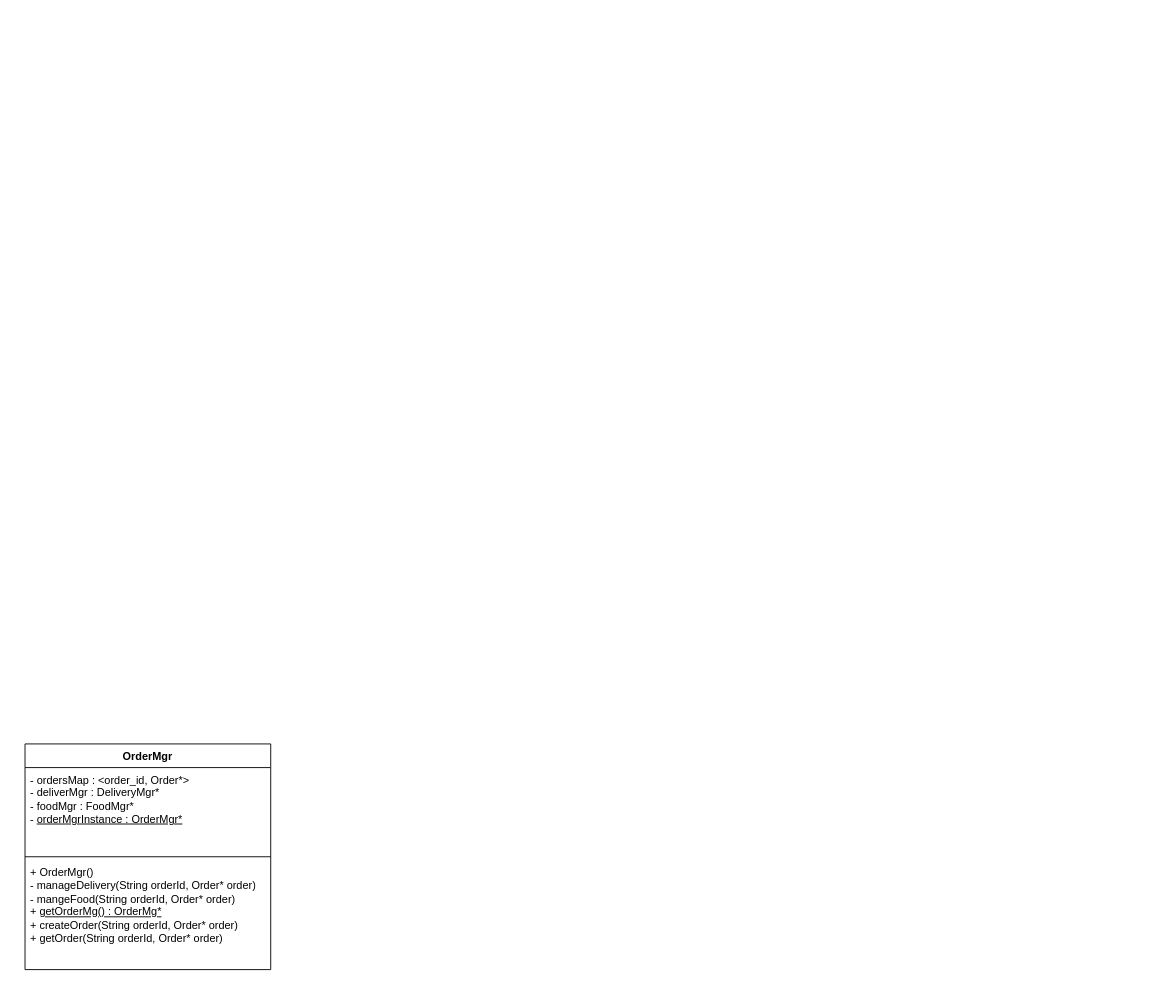
Above: FoodOrder(zomato/swiggy).drawio in Varma2116/system-design (draw.io), before the change. Source tidied: cells renumbered, new cells numbered last; positions are measured from the earlier drawing's top-left corner, leaving out a move shared by most shapes. Both pictures are drawn from the tidied source at 91%, with x=0, y=0 at pixel (25, 743).
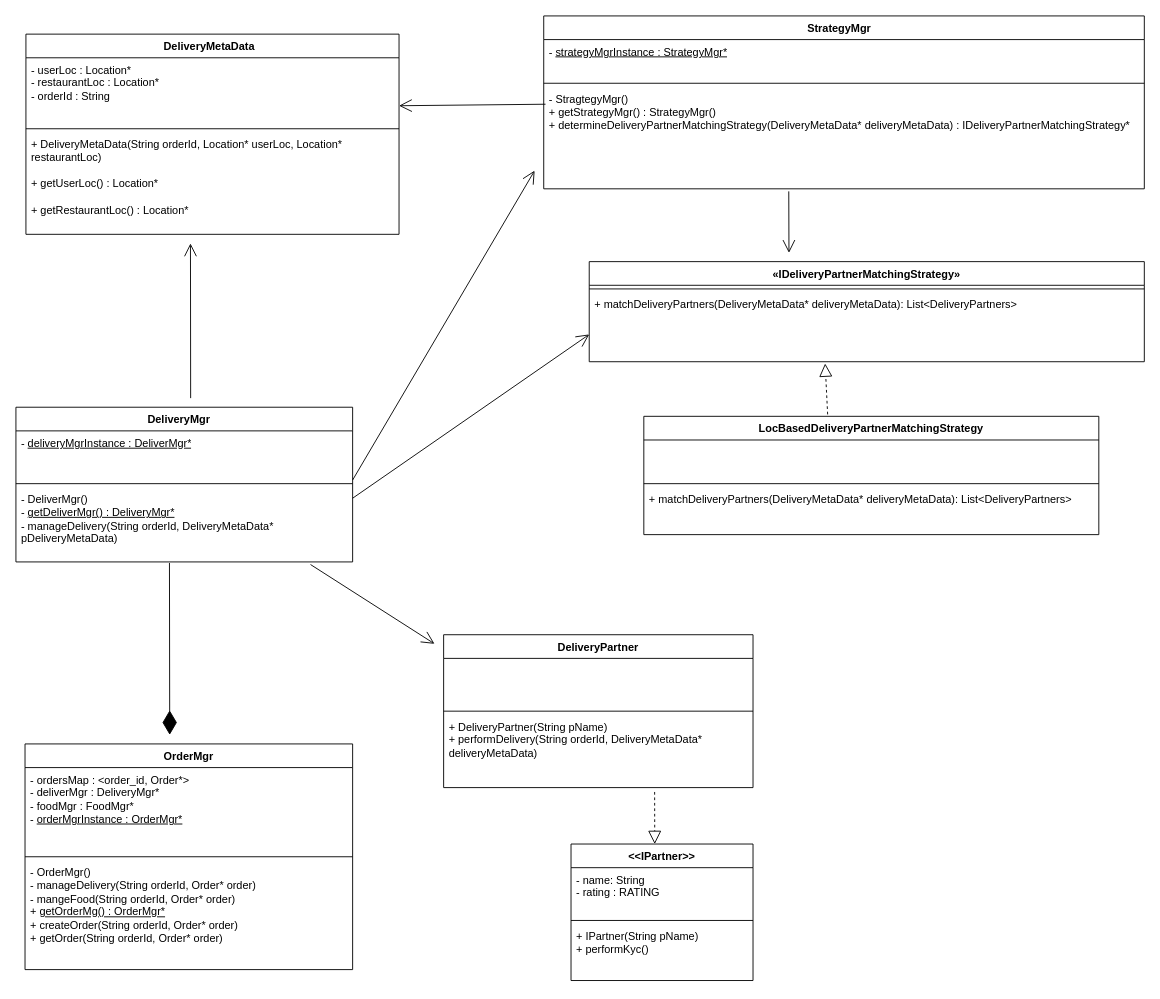
Above is the later version.

What changed in the source:
```diff
@@
     <mxCell id="2" value="OrderMgr&lt;div&gt;&lt;br&gt;&lt;/div&gt;" style="swimlane;fontStyle=1;align=center;verticalAlign=top;horizontal=1;startSize=26;whiteSpace=wrap;html=1;" parent="1" vertex="1">
-      <mxGeometry width="270" height="248" as="geometry" />
+      <mxGeometry width="360" height="248" as="geometry" />
     </mxCell>
     <mxCell id="3" value="- ordersMap : &amp;lt;order_id, Order*&amp;gt;&lt;div&gt;- deliverMgr : DeliveryMgr*&amp;nbsp;&lt;/div&gt;&lt;div&gt;- foodMgr : FoodMgr*&lt;/div&gt;&lt;div&gt;-&amp;nbsp;&lt;span style=&quot;background-color: initial;&quot;&gt;&lt;u&gt;orderMgrInstance : OrderMgr*&lt;/u&gt;&lt;/span&gt;&lt;/div&gt;&lt;div&gt;&lt;br&gt;&lt;/div&gt;" style="text;strokeColor=none;fillColor=none;align=left;verticalAlign=top;spacingLeft=4;spacingRight=4;overflow=hidden;whiteSpace=wrap;html=1;" parent="2" vertex="1">
-      <mxGeometry y="26" width="270" height="94" as="geometry" />
+      <mxGeometry y="26" width="360" height="94" as="geometry" />
     </mxCell>
     <mxCell id="4" style="line;strokeWidth=1;fillColor=none;align=left;verticalAlign=middle;spacingTop=-1;spacingLeft=3;spacingRight=3;labelPosition=right;strokeColor=inherit;" parent="2" vertex="1">
-      <mxGeometry y="120" width="270" height="8" as="geometry" />
+      <mxGeometry y="120" width="360" height="8" as="geometry" />
     </mxCell>
-    <mxCell id="5" value="+ OrderMgr()&lt;div&gt;- manageDelivery(String orderId, Order* order)&lt;/div&gt;&lt;div&gt;- mangeFood(String orderId, Order* order)&lt;/div&gt;&lt;div&gt;+ &lt;u&gt;getOrderMg() : OrderMg*&lt;/u&gt;&lt;/div&gt;&lt;div&gt;+ createOrder(String orderId, Order* order)&lt;/div&gt;&lt;div&gt;+ getOrder(String orderId, Order* order)&amp;nbsp;&lt;/div&gt;" style="text;strokeColor=none;fillColor=none;align=left;verticalAlign=top;spacingLeft=4;spacingRight=4;overflow=hidden;whiteSpace=wrap;html=1;" parent="2" vertex="1">
-      <mxGeometry y="128" width="270" height="120" as="geometry" />
+    <mxCell id="5" value="- OrderMgr()&lt;div&gt;- manageDelivery(String orderId, Order* order)&lt;/div&gt;&lt;div&gt;- mangeFood(String orderId, Order* order)&lt;/div&gt;&lt;div&gt;+ &lt;u&gt;getOrderMg() : OrderMgr*&lt;/u&gt;&lt;/div&gt;&lt;div&gt;+ createOrder(String orderId, Order* order)&lt;/div&gt;&lt;div&gt;+ getOrder(String orderId, Order* order)&amp;nbsp;&lt;/div&gt;" style="text;strokeColor=none;fillColor=none;align=left;verticalAlign=top;spacingLeft=4;spacingRight=4;overflow=hidden;whiteSpace=wrap;html=1;" parent="2" vertex="1">
+      <mxGeometry y="128" width="360" height="120" as="geometry" />
     </mxCell>
+    <mxCell id="6" value="DeliveryMgr&lt;span style=&quot;white-space: pre;&quot;&gt;&#9;&lt;/span&gt;" style="swimlane;fontStyle=1;align=center;verticalAlign=top;horizontal=1;startSize=26;whiteSpace=wrap;html=1;" parent="1" vertex="1">
+      <mxGeometry x="-10" y="-370" width="370" height="170" as="geometry" />
+    </mxCell>
+    <mxCell id="7" value="- &lt;u&gt;deliveryMgrInstance : DeliverMgr*&lt;/u&gt;&lt;div&gt;&lt;br&gt;&lt;/div&gt;" style="text;strokeColor=none;fillColor=none;align=left;verticalAlign=top;spacingLeft=4;spacingRight=4;overflow=hidden;whiteSpace=wrap;html=1;" parent="6" vertex="1">
+      <mxGeometry y="26" width="370" height="54" as="geometry" />
+    </mxCell>
+    <mxCell id="8" style="line;strokeWidth=1;fillColor=none;align=left;verticalAlign=middle;spacingTop=-1;spacingLeft=3;spacingRight=3;labelPosition=right;strokeColor=inherit;" parent="6" vertex="1">
+      <mxGeometry y="80" width="370" height="8" as="geometry" />
+    </mxCell>
+    <mxCell id="9" value="- DeliverMgr()&lt;div&gt;- &lt;u&gt;getDeliverMgr() : DeliveryMgr*&lt;/u&gt;&lt;/div&gt;&lt;div&gt;- manageDelivery(String orderId, DeliveryMetaData* pDeliveryMetaData)&lt;/div&gt;" style="text;strokeColor=none;fillColor=none;align=left;verticalAlign=top;spacingLeft=4;spacingRight=4;overflow=hidden;points=[[0,0.5],[1,0.5]];portConstraint=eastwest;whiteSpace=wrap;html=1;" parent="6" vertex="1">
+      <mxGeometry y="88" width="370" height="82" as="geometry" />
+    </mxCell>
+    <mxCell id="10" value="DeliveryMetaData&lt;span style=&quot;white-space: pre;&quot;&gt;&#9;&lt;/span&gt;" style="swimlane;fontStyle=1;align=center;verticalAlign=top;horizontal=1;startSize=26;whiteSpace=wrap;html=1;" parent="1" vertex="1">
+      <mxGeometry x="1" y="-780" width="410" height="220" as="geometry" />
+    </mxCell>
+    <mxCell id="11" value="- userLoc : Location*&lt;div&gt;- restaurantLoc : Location*&lt;/div&gt;&lt;div&gt;- orderId : String&lt;/div&gt;" style="text;strokeColor=none;fillColor=none;align=left;verticalAlign=top;spacingLeft=4;spacingRight=4;overflow=hidden;points=[[0,0.5],[1,0.5]];portConstraint=eastwest;whiteSpace=wrap;html=1;" parent="10" vertex="1">
+      <mxGeometry y="26" width="410" height="74" as="geometry" />
+    </mxCell>
+    <mxCell id="12" style="line;strokeWidth=1;fillColor=none;align=left;verticalAlign=middle;spacingTop=-1;spacingLeft=3;spacingRight=3;labelPosition=right;strokeColor=inherit;" parent="10" vertex="1">
+      <mxGeometry y="100" width="410" height="8" as="geometry" />
+    </mxCell>
+    <mxCell id="13" value="+ DeliveryMetaData(String orderId, Location* userLoc, Location* restaurantLoc)&lt;div&gt;&lt;br&gt;&lt;/div&gt;&lt;div&gt;+ getUserLoc() : Location*&lt;/div&gt;&lt;div&gt;&lt;br&gt;&lt;/div&gt;&lt;div&gt;+ getRestaurantLoc() : Location*&lt;/div&gt;" style="text;strokeColor=none;fillColor=none;align=left;verticalAlign=top;spacingLeft=4;spacingRight=4;overflow=hidden;whiteSpace=wrap;html=1;" parent="10" vertex="1">
+      <mxGeometry y="108" width="410" height="112" as="geometry" />
+    </mxCell>
+    <mxCell id="14" style="endArrow=open;endFill=1;endSize=12;html=1;rounded=0;entryX=0.494;entryY=1.04;entryDx=0;entryDy=0;entryPerimeter=0;" parent="1" edge="1">
+      <mxGeometry relative="1" as="geometry">
+        <mxPoint x="182" y="-380" as="sourcePoint" />
+        <mxPoint x="181.8" y="-550" as="targetPoint" />
+      </mxGeometry>
+    </mxCell>
+    <mxCell id="15" value="StrategyMgr&lt;span style=&quot;white-space: pre;&quot;&gt;&#9;&lt;/span&gt;" style="swimlane;fontStyle=1;align=center;verticalAlign=top;horizontal=1;startSize=26;whiteSpace=wrap;html=1;" parent="1" vertex="1">
+      <mxGeometry x="570" y="-800" width="660" height="190" as="geometry" />
+    </mxCell>
+    <mxCell id="16" value="- &lt;u&gt;strategyMgrInstance : StrategyMgr*&lt;/u&gt;" style="text;strokeColor=none;fillColor=none;align=left;verticalAlign=top;spacingLeft=4;spacingRight=4;overflow=hidden;whiteSpace=wrap;html=1;" parent="15" vertex="1">
+      <mxGeometry y="26" width="660" height="44" as="geometry" />
+    </mxCell>
+    <mxCell id="17" style="line;strokeWidth=1;fillColor=none;align=left;verticalAlign=middle;spacingTop=-1;spacingLeft=3;spacingRight=3;labelPosition=right;strokeColor=inherit;" parent="15" vertex="1">
+      <mxGeometry y="70" width="660" height="8" as="geometry" />
+    </mxCell>
+    <mxCell id="18" value="- StragtegyMgr()&lt;div&gt;+ getStrategyMgr() : StrategyMgr()&lt;/div&gt;&lt;div&gt;+ determineDeliveryPartnerMatchingStrategy(DeliveryMetaData* deliveryMetaData) : IDeliveryPartnerMatchingStrategy*&lt;/div&gt;" style="text;strokeColor=none;fillColor=none;align=left;verticalAlign=top;spacingLeft=4;spacingRight=4;overflow=hidden;points=[[0,0.5],[1,0.5]];portConstraint=eastwest;whiteSpace=wrap;html=1;" parent="15" vertex="1">
+      <mxGeometry y="78" width="660" height="112" as="geometry" />
+    </mxCell>
+    <mxCell id="19" style="endArrow=open;endFill=1;endSize=12;html=1;rounded=0;entryX=1;entryY=0.712;entryDx=0;entryDy=0;entryPerimeter=0;exitX=0.003;exitY=0.17;exitDx=0;exitDy=0;exitPerimeter=0;" parent="1" edge="1" source="18" target="11">
+      <mxGeometry relative="1" as="geometry" />
+    </mxCell>
+    <mxCell id="20" style="endArrow=open;endFill=1;endSize=12;html=1;rounded=0;exitX=0.408;exitY=1.025;exitDx=0;exitDy=0;exitPerimeter=0;entryX=0.453;entryY=0.007;entryDx=0;entryDy=0;entryPerimeter=0;" parent="1" edge="1" source="18">
+      <mxGeometry relative="1" as="geometry">
+        <mxPoint x="839.5" y="-539.6" as="targetPoint" />
+      </mxGeometry>
+    </mxCell>
+    <mxCell id="21" style="endArrow=open;endFill=1;endSize=12;html=1;rounded=0;" parent="1" edge="1">
+      <mxGeometry relative="1" as="geometry">
+        <mxPoint x="360" y="-290" as="sourcePoint" />
+        <mxPoint x="560" y="-630" as="targetPoint" />
+      </mxGeometry>
+    </mxCell>
+    <mxCell id="22" style="endArrow=open;endFill=1;endSize=12;html=1;rounded=0;" parent="1" edge="1">
+      <mxGeometry relative="1" as="geometry">
+        <mxPoint x="360" y="-270" as="sourcePoint" />
+        <mxPoint x="620" y="-450" as="targetPoint" />
+      </mxGeometry>
+    </mxCell>
+    <mxCell id="23" value="LocBasedDeliveryPartnerMatchingStrategy" style="swimlane;fontStyle=1;align=center;verticalAlign=top;horizontal=1;startSize=26;whiteSpace=wrap;html=1;" parent="1" vertex="1">
+      <mxGeometry x="680" y="-360" width="500" height="130" as="geometry" />
+    </mxCell>
+    <mxCell id="24" value="&lt;div&gt;&lt;br&gt;&lt;/div&gt;" style="text;strokeColor=none;fillColor=none;align=left;verticalAlign=top;spacingLeft=4;spacingRight=4;overflow=hidden;whiteSpace=wrap;html=1;" parent="23" vertex="1">
+      <mxGeometry y="26" width="500" height="44" as="geometry" />
+    </mxCell>
+    <mxCell id="25" style="line;strokeWidth=1;fillColor=none;align=left;verticalAlign=middle;spacingTop=-1;spacingLeft=3;spacingRight=3;labelPosition=right;strokeColor=inherit;" parent="23" vertex="1">
+      <mxGeometry y="70" width="500" height="8" as="geometry" />
+    </mxCell>
+    <mxCell id="26" value="+ matchDeliveryPartners(DeliveryMetaData* deliveryMetaData): List&amp;lt;DeliveryPartners&amp;gt;" style="text;strokeColor=none;fillColor=none;align=left;verticalAlign=top;spacingLeft=4;spacingRight=4;overflow=hidden;whiteSpace=wrap;html=1;" parent="23" vertex="1">
+      <mxGeometry y="78" width="500" height="52" as="geometry" />
+    </mxCell>
+    <mxCell id="27" value="«IDeliveryPartnerMatchingStrategy»&lt;div&gt;&lt;br style=&quot;font-weight: 400;&quot;&gt;&lt;/div&gt;" style="swimlane;fontStyle=1;align=center;verticalAlign=top;horizontal=1;startSize=26;whiteSpace=wrap;html=1;" parent="1" vertex="1">
+      <mxGeometry x="620" y="-530" width="610" height="110" as="geometry" />
+    </mxCell>
+    <mxCell id="28" style="line;strokeWidth=1;fillColor=none;align=left;verticalAlign=middle;spacingTop=-1;spacingLeft=3;spacingRight=3;labelPosition=right;strokeColor=inherit;" parent="27" vertex="1">
+      <mxGeometry y="26" width="610" height="8" as="geometry" />
+    </mxCell>
+    <mxCell id="29" value="+ matchDeliveryPartners(DeliveryMetaData* deliveryMetaData): List&amp;lt;DeliveryPartners&amp;gt;" style="text;strokeColor=none;fillColor=none;align=left;verticalAlign=top;spacingLeft=4;spacingRight=4;overflow=hidden;points=[[0,0.5],[1,0.5]];portConstraint=eastwest;whiteSpace=wrap;html=1;" parent="27" vertex="1">
+      <mxGeometry y="34" width="610" height="76" as="geometry" />
+    </mxCell>
+    <mxCell id="30" style="endArrow=block;dashed=1;endFill=0;endSize=12;html=1;rounded=0;exitX=0.404;exitY=-0.016;exitDx=0;exitDy=0;exitPerimeter=0;entryX=0.425;entryY=1.026;entryDx=0;entryDy=0;entryPerimeter=0;" parent="1" edge="1" source="23" target="29">
+      <mxGeometry relative="1" as="geometry" />
+    </mxCell>
+    <mxCell id="31" value="&lt;div&gt;DeliveryPartner&lt;/div&gt;&lt;div&gt;&lt;br&gt;&lt;/div&gt;" style="swimlane;fontStyle=1;align=center;verticalAlign=top;horizontal=1;startSize=26;whiteSpace=wrap;html=1;" parent="1" vertex="1">
+      <mxGeometry x="460" y="-120" width="340" height="168" as="geometry" />
+    </mxCell>
+    <mxCell id="32" value="&lt;div&gt;&lt;br&gt;&lt;/div&gt;" style="text;strokeColor=none;fillColor=none;align=left;verticalAlign=top;spacingLeft=4;spacingRight=4;overflow=hidden;whiteSpace=wrap;html=1;" parent="31" vertex="1">
+      <mxGeometry y="26" width="340" height="54" as="geometry" />
+    </mxCell>
+    <mxCell id="33" style="line;strokeWidth=1;fillColor=none;align=left;verticalAlign=middle;spacingTop=-1;spacingLeft=3;spacingRight=3;labelPosition=right;strokeColor=inherit;" parent="31" vertex="1">
+      <mxGeometry y="80" width="340" height="8" as="geometry" />
+    </mxCell>
+    <mxCell id="34" value="+ DeliveryPartner(String pName)&lt;div&gt;+ performDelivery(String orderId, DeliveryMetaData* deliveryMetaData)&lt;/div&gt;" style="text;strokeColor=none;fillColor=none;align=left;verticalAlign=top;spacingLeft=4;spacingRight=4;overflow=hidden;points=[[0,0.5],[1,0.5]];portConstraint=eastwest;whiteSpace=wrap;html=1;" parent="31" vertex="1">
+      <mxGeometry y="88" width="340" height="80" as="geometry" />
+    </mxCell>
+    <mxCell id="35" style="endArrow=open;endFill=1;endSize=12;html=1;rounded=0;exitX=0.875;exitY=1.035;exitDx=0;exitDy=0;exitPerimeter=0;" parent="1" edge="1" source="9">
+      <mxGeometry relative="1" as="geometry">
+        <mxPoint x="450" y="-110" as="targetPoint" />
+      </mxGeometry>
+    </mxCell>
+    <mxCell id="36" style="endArrow=diamondThin;endFill=1;endSize=24;html=1;rounded=0;exitX=0.456;exitY=1.014;exitDx=0;exitDy=0;exitPerimeter=0;" parent="1" edge="1" source="9">
+      <mxGeometry relative="1" as="geometry">
+        <mxPoint x="159" y="-10" as="targetPoint" />
+      </mxGeometry>
+    </mxCell>
+    <mxCell id="37" value="&amp;lt;&amp;lt;IPartner&amp;gt;&amp;gt;" style="swimlane;fontStyle=1;align=center;verticalAlign=top;horizontal=1;startSize=26;whiteSpace=wrap;html=1;" parent="1" vertex="1">
+      <mxGeometry x="600" y="110" width="200" height="150" as="geometry" />
+    </mxCell>
+    <mxCell id="38" value="- name: String&lt;div&gt;- rating : RATING&lt;/div&gt;" style="text;strokeColor=none;fillColor=none;align=left;verticalAlign=top;spacingLeft=4;spacingRight=4;overflow=hidden;whiteSpace=wrap;html=1;" parent="37" vertex="1">
+      <mxGeometry y="26" width="200" height="54" as="geometry" />
+    </mxCell>
+    <mxCell id="39" style="line;strokeWidth=1;fillColor=none;align=left;verticalAlign=middle;spacingTop=-1;spacingLeft=3;spacingRight=3;labelPosition=right;strokeColor=inherit;" parent="37" vertex="1">
+      <mxGeometry y="80" width="200" height="8" as="geometry" />
+    </mxCell>
+    <mxCell id="40" value="+ IPartner(String pName)&lt;div&gt;+ performKyc()&lt;/div&gt;" style="text;strokeColor=none;fillColor=none;align=left;verticalAlign=top;spacingLeft=4;spacingRight=4;overflow=hidden;whiteSpace=wrap;html=1;" parent="37" vertex="1">
+      <mxGeometry y="88" width="200" height="62" as="geometry" />
+    </mxCell>
+    <mxCell id="41" style="endArrow=block;dashed=1;endFill=0;endSize=12;html=1;rounded=0;exitX=0.682;exitY=1.06;exitDx=0;exitDy=0;exitPerimeter=0;" parent="1" edge="1" source="34">
+      <mxGeometry relative="1" as="geometry">
+        <mxPoint x="692" y="110" as="targetPoint" />
+      </mxGeometry>
+    </mxCell>
```
